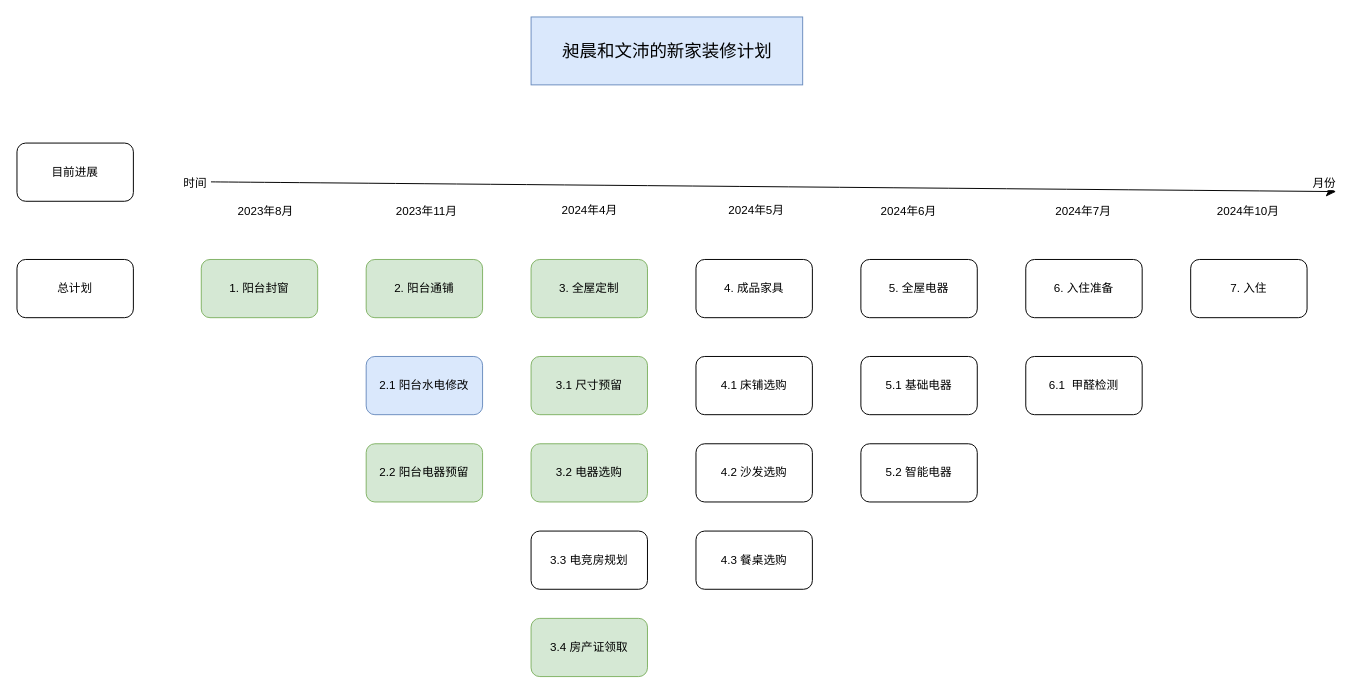
liuminjit/Diary keeps this draw.io diagram as page "总规划" (1 of 3) of newHome.drawio. Above is the earlier version. Source tidied: cells renumbered, new cells numbered last; positions are measured from the earlier drawing's top-left corner, leaving out a move shared by most shapes. Both pictures are drawn from the tidied source at 97%, with x=0, y=0 at pixel (16, 16).
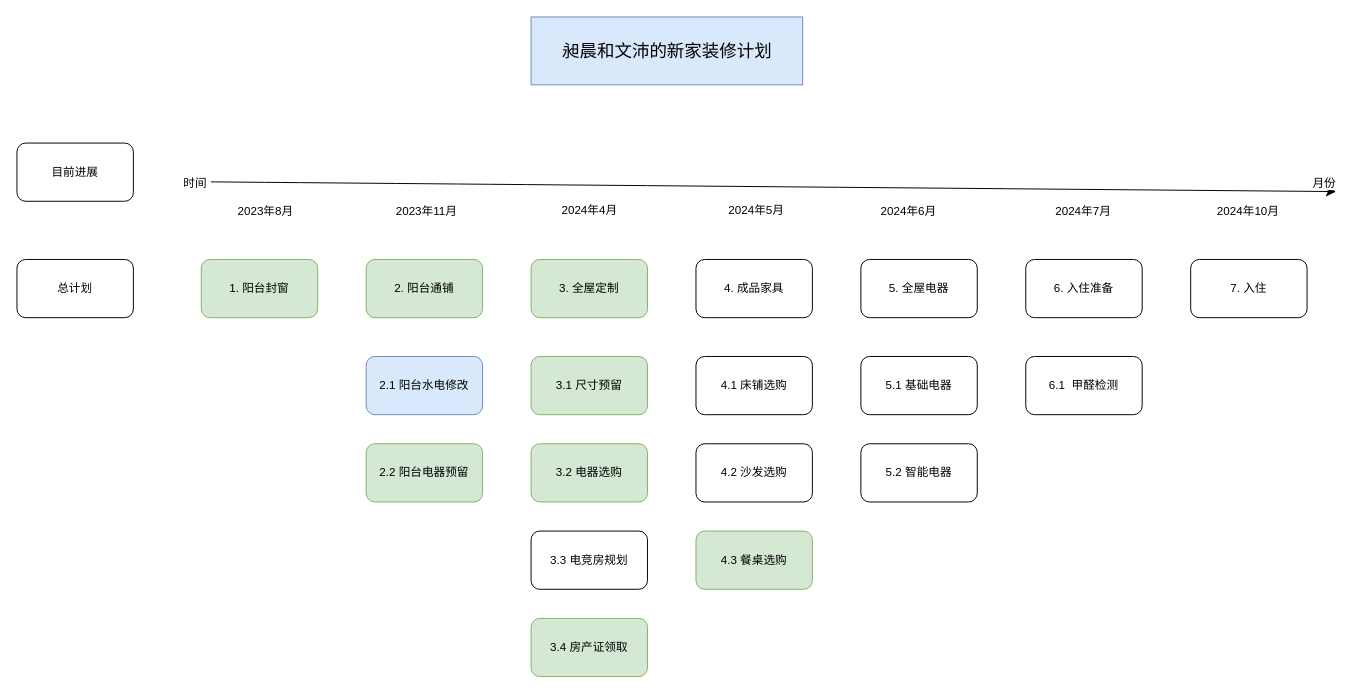
The same page after the edit.

What changed in the source:
```diff
@@
-    <mxCell id="17" value="4.3 餐桌选购" style="rounded=1;whiteSpace=wrap;html=1;" parent="1" vertex="1">
+    <mxCell id="17" value="4.3 餐桌选购" style="rounded=1;whiteSpace=wrap;html=1;fillColor=#d5e8d4;strokeColor=#82b366;" parent="1" vertex="1">
       <mxGeometry x="700" y="530" width="120" height="60" as="geometry" />
     </mxCell>
```
